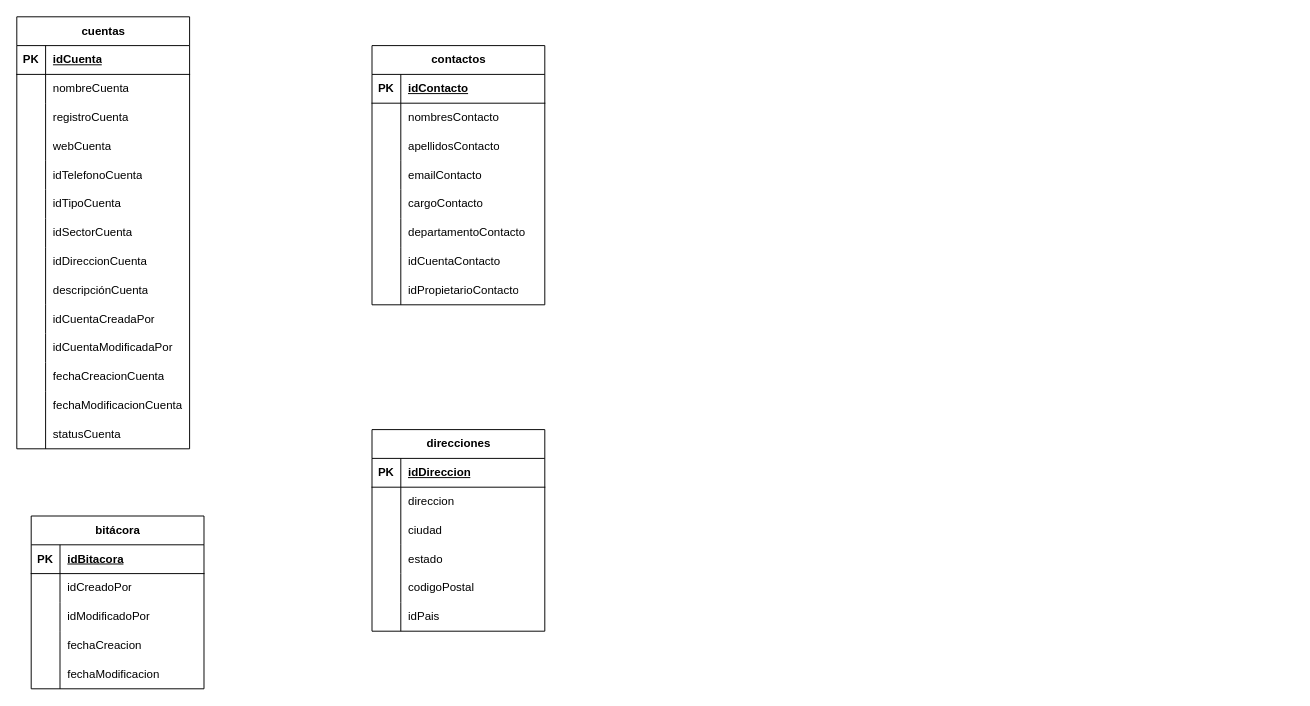
ocpdata/BDPeople keeps this draw.io diagram as bd people.drawio. Above is the earlier version. Source tidied: cells renumbered, new cells numbered last; positions are measured from the earlier drawing's top-left corner, leaving out a move shared by most shapes. Both pictures are drawn from the tidied source at 96%, with x=0, y=0 at pixel (16, 16).
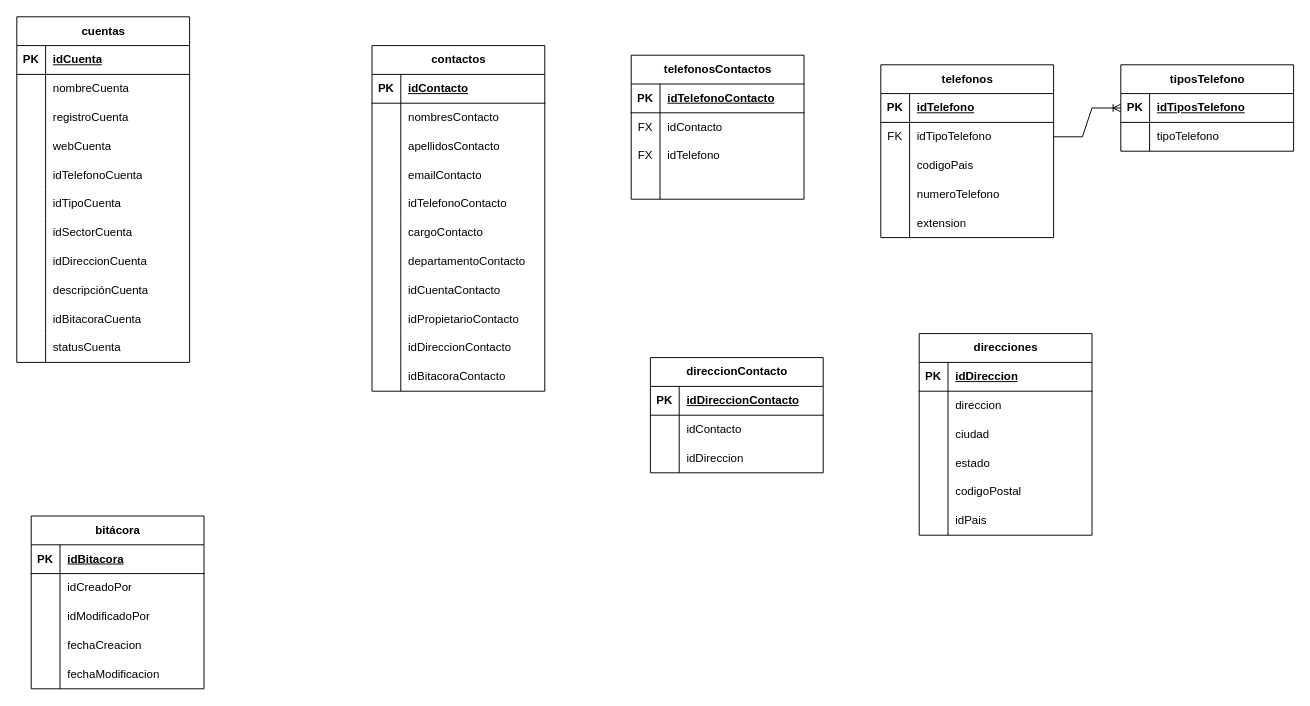
After the change.

The change refers to these unchanged cells:
```xml
<mxCell id="30" style="shape=tableRow;horizontal=0;startSize=0;swimlaneHead=0;swimlaneBody=0;fillColor=none;top=0;left=0;right=0;bottom=0;" parent="2" vertex="1">
  <mxGeometry y="300" width="180" height="30" as="geometry" />
</mxCell>
```

Diff of the diagram source:
```diff
@@
     <mxCell id="2" value="cuentas" style="shape=table;startSize=30;childLayout=tableLayout;rowLines=0;fontStyle=1;align=center;html=1;" parent="1" vertex="1">
-      <mxGeometry width="180" height="450" as="geometry" />
+      <mxGeometry width="180" height="360" as="geometry" />
     </mxCell>
@@
-    <mxCell id="32" value="idCuentaCreadaPor" style="shape=partialRectangle;fillColor=none;top=0;left=0;bottom=0;right=0;align=left;spacingLeft=6;overflow=hidden;whiteSpace=wrap;html=1;" parent="30" vertex="1">
+    <mxCell id="32" value="idBitacoraCuenta" style="shape=partialRectangle;fillColor=none;top=0;left=0;bottom=0;right=0;align=left;spacingLeft=6;overflow=hidden;whiteSpace=wrap;html=1;" parent="30" vertex="1">
       <mxGeometry x="30" width="150" height="30" as="geometry" />
     </mxCell>
-    <mxCell id="33" style="shape=tableRow;horizontal=0;startSize=0;swimlaneHead=0;swimlaneBody=0;fillColor=none;top=0;left=0;right=0;bottom=0;" parent="2" vertex="1">
-      <mxGeometry y="330" width="180" height="30" as="geometry" />
-    </mxCell>
-    <mxCell id="34" style="shape=partialRectangle;fillColor=none;top=0;left=0;bottom=0;right=0;overflow=hidden;whiteSpace=wrap;html=1;" parent="33" vertex="1">
-      <mxGeometry width="30" height="30" as="geometry" />
-    </mxCell>
-    <mxCell id="35" value="idCuentaModificadaPor" style="shape=partialRectangle;fillColor=none;top=0;left=0;bottom=0;right=0;align=left;spacingLeft=6;overflow=hidden;whiteSpace=wrap;html=1;" parent="33" vertex="1">
-      <mxGeometry x="30" width="150" height="30" as="geometry" />
-    </mxCell>
-    <mxCell id="36" style="shape=tableRow;horizontal=0;startSize=0;swimlaneHead=0;swimlaneBody=0;fillColor=none;top=0;left=0;right=0;bottom=0;" parent="2" vertex="1">
-      <mxGeometry y="360" width="180" height="30" as="geometry" />
-    </mxCell>
-    <mxCell id="37" style="shape=partialRectangle;fillColor=none;top=0;left=0;bottom=0;right=0;overflow=hidden;whiteSpace=wrap;html=1;" parent="36" vertex="1">
-      <mxGeometry width="30" height="30" as="geometry" />
-    </mxCell>
-    <mxCell id="38" value="fechaCreacionCuenta" style="shape=partialRectangle;fillColor=none;top=0;left=0;bottom=0;right=0;align=left;spacingLeft=6;overflow=hidden;whiteSpace=wrap;html=1;" parent="36" vertex="1">
-      <mxGeometry x="30" width="150" height="30" as="geometry" />
-    </mxCell>
-    <mxCell id="39" style="shape=tableRow;horizontal=0;startSize=0;swimlaneHead=0;swimlaneBody=0;fillColor=none;top=0;left=0;right=0;bottom=0;" parent="2" vertex="1">
-      <mxGeometry y="390" width="180" height="30" as="geometry" />
-    </mxCell>
-    <mxCell id="40" style="shape=partialRectangle;fillColor=none;top=0;left=0;bottom=0;right=0;overflow=hidden;whiteSpace=wrap;html=1;" parent="39" vertex="1">
-      <mxGeometry width="30" height="30" as="geometry" />
-    </mxCell>
-    <mxCell id="41" value="fechaModificacionCuenta" style="shape=partialRectangle;fillColor=none;top=0;left=0;bottom=0;right=0;align=left;spacingLeft=6;overflow=hidden;whiteSpace=wrap;html=1;" parent="39" vertex="1">
-      <mxGeometry x="30" width="150" height="30" as="geometry" />
-    </mxCell>
     <mxCell id="42" style="shape=tableRow;horizontal=0;startSize=0;swimlaneHead=0;swimlaneBody=0;fillColor=none;top=0;left=0;right=0;bottom=0;" parent="2" vertex="1">
-      <mxGeometry y="420" width="180" height="30" as="geometry" />
+      <mxGeometry y="330" width="180" height="30" as="geometry" />
     </mxCell>
@@
     <mxCell id="45" value="contactos" style="shape=table;startSize=30;childLayout=tableLayout;rowLines=0;fontStyle=1;align=center;html=1;" parent="1" vertex="1">
-      <mxGeometry x="370" y="30" width="180" height="270" as="geometry" />
+      <mxGeometry x="370" y="30" width="180" height="360" as="geometry" />
     </mxCell>
@@
+    <mxCell id="105" style="shape=tableRow;horizontal=0;startSize=0;swimlaneHead=0;swimlaneBody=0;fillColor=none;top=0;left=0;right=0;bottom=0;" parent="45" vertex="1">
+      <mxGeometry y="150" width="180" height="30" as="geometry" />
+    </mxCell>
+    <mxCell id="106" style="shape=partialRectangle;fillColor=none;top=0;left=0;bottom=0;right=0;overflow=hidden;whiteSpace=wrap;html=1;" parent="105" vertex="1">
+      <mxGeometry width="30" height="30" as="geometry" />
+    </mxCell>
+    <mxCell id="107" value="idTelefonoContacto" style="shape=partialRectangle;fillColor=none;top=0;left=0;bottom=0;right=0;align=left;spacingLeft=6;overflow=hidden;whiteSpace=wrap;html=1;" parent="105" vertex="1">
+      <mxGeometry x="30" width="150" height="30" as="geometry" />
+    </mxCell>
     <mxCell id="58" style="shape=tableRow;horizontal=0;startSize=0;swimlaneHead=0;swimlaneBody=0;fillColor=none;top=0;left=0;right=0;bottom=0;" parent="45" vertex="1">
-      <mxGeometry y="150" width="180" height="30" as="geometry" />
+      <mxGeometry y="180" width="180" height="30" as="geometry" />
     </mxCell>
@@
     <mxCell id="61" style="shape=tableRow;horizontal=0;startSize=0;swimlaneHead=0;swimlaneBody=0;fillColor=none;top=0;left=0;right=0;bottom=0;" parent="45" vertex="1">
-      <mxGeometry y="180" width="180" height="30" as="geometry" />
+      <mxGeometry y="210" width="180" height="30" as="geometry" />
     </mxCell>
@@
     <mxCell id="64" style="shape=tableRow;horizontal=0;startSize=0;swimlaneHead=0;swimlaneBody=0;fillColor=none;top=0;left=0;right=0;bottom=0;" parent="45" vertex="1">
-      <mxGeometry y="210" width="180" height="30" as="geometry" />
+      <mxGeometry y="240" width="180" height="30" as="geometry" />
     </mxCell>
@@
     <mxCell id="67" style="shape=tableRow;horizontal=0;startSize=0;swimlaneHead=0;swimlaneBody=0;fillColor=none;top=0;left=0;right=0;bottom=0;" parent="45" vertex="1">
-      <mxGeometry y="240" width="180" height="30" as="geometry" />
+      <mxGeometry y="270" width="180" height="30" as="geometry" />
     </mxCell>
@@
+    <mxCell id="108" style="shape=tableRow;horizontal=0;startSize=0;swimlaneHead=0;swimlaneBody=0;fillColor=none;top=0;left=0;right=0;bottom=0;" parent="45" vertex="1">
+      <mxGeometry y="300" width="180" height="30" as="geometry" />
+    </mxCell>
+    <mxCell id="109" style="shape=partialRectangle;fillColor=none;top=0;left=0;bottom=0;right=0;overflow=hidden;whiteSpace=wrap;html=1;" parent="108" vertex="1">
+      <mxGeometry width="30" height="30" as="geometry" />
+    </mxCell>
+    <mxCell id="110" value="idDireccionContacto" style="shape=partialRectangle;fillColor=none;top=0;left=0;bottom=0;right=0;align=left;spacingLeft=6;overflow=hidden;whiteSpace=wrap;html=1;" parent="108" vertex="1">
+      <mxGeometry x="30" width="150" height="30" as="geometry" />
+    </mxCell>
+    <mxCell id="33" style="shape=tableRow;horizontal=0;startSize=0;swimlaneHead=0;swimlaneBody=0;fillColor=none;top=0;left=0;right=0;bottom=0;" parent="45" vertex="1">
+      <mxGeometry y="330" width="180" height="30" as="geometry" />
+    </mxCell>
+    <mxCell id="111" style="shape=partialRectangle;fillColor=none;top=0;left=0;bottom=0;right=0;overflow=hidden;whiteSpace=wrap;html=1;" parent="33" vertex="1">
+      <mxGeometry width="30" height="30" as="geometry" />
+    </mxCell>
+    <mxCell id="112" value="idBitacoraContacto" style="shape=partialRectangle;fillColor=none;top=0;left=0;bottom=0;right=0;align=left;spacingLeft=6;overflow=hidden;whiteSpace=wrap;html=1;" parent="33" vertex="1">
+      <mxGeometry x="30" width="150" height="30" as="geometry" />
+    </mxCell>
     <mxCell id="70" value="direcciones" style="shape=table;startSize=30;childLayout=tableLayout;rowLines=0;fontStyle=1;align=center;html=1;" parent="1" vertex="1">
-      <mxGeometry x="370" y="430" width="180" height="210" as="geometry" />
+      <mxGeometry x="940" y="330" width="180" height="210" as="geometry" />
     </mxCell>
@@
+    <mxCell id="113" value="telefonos" style="shape=table;startSize=30;childLayout=tableLayout;rowLines=0;fontStyle=1;align=center;html=1;" parent="1" vertex="1">
+      <mxGeometry x="900" y="50" width="180" height="180" as="geometry" />
+    </mxCell>
+    <mxCell id="114" style="shape=tableRow;horizontal=0;startSize=0;swimlaneHead=0;swimlaneBody=0;fillColor=none;top=0;left=0;right=0;bottom=1;" parent="113" vertex="1">
+      <mxGeometry y="30" width="180" height="30" as="geometry" />
+    </mxCell>
+    <mxCell id="115" value="PK" style="shape=partialRectangle;fillColor=none;top=0;left=0;bottom=0;right=0;fontStyle=1;overflow=hidden;whiteSpace=wrap;html=1;" parent="114" vertex="1">
+      <mxGeometry width="30" height="30" as="geometry" />
+    </mxCell>
+    <mxCell id="116" value="idTelefono" style="shape=partialRectangle;fillColor=none;top=0;left=0;bottom=0;right=0;align=left;spacingLeft=6;fontStyle=5;overflow=hidden;whiteSpace=wrap;html=1;" parent="114" vertex="1">
+      <mxGeometry x="30" width="150" height="30" as="geometry" />
+    </mxCell>
+    <mxCell id="117" style="shape=tableRow;horizontal=0;startSize=0;swimlaneHead=0;swimlaneBody=0;fillColor=none;points=[[0,0.5],[1,0.5]];portConstraint=eastwest;top=0;left=0;right=0;bottom=0;" parent="113" vertex="1">
+      <mxGeometry y="60" width="180" height="30" as="geometry" />
+    </mxCell>
+    <mxCell id="118" value="FK" style="shape=partialRectangle;fillColor=none;top=0;left=0;bottom=0;right=0;overflow=hidden;whiteSpace=wrap;html=1;" parent="117" vertex="1">
+      <mxGeometry width="30" height="30" as="geometry" />
+    </mxCell>
+    <mxCell id="119" value="idTipoTelefono" style="shape=partialRectangle;fillColor=none;top=0;left=0;bottom=0;right=0;align=left;spacingLeft=6;overflow=hidden;whiteSpace=wrap;html=1;" parent="117" vertex="1">
+      <mxGeometry x="30" width="150" height="30" as="geometry" />
+    </mxCell>
+    <mxCell id="120" style="shape=tableRow;horizontal=0;startSize=0;swimlaneHead=0;swimlaneBody=0;fillColor=none;top=0;left=0;right=0;bottom=0;" parent="113" vertex="1">
+      <mxGeometry y="90" width="180" height="30" as="geometry" />
+    </mxCell>
+    <mxCell id="121" style="shape=partialRectangle;fillColor=none;top=0;left=0;bottom=0;right=0;overflow=hidden;whiteSpace=wrap;html=1;" parent="120" vertex="1">
+      <mxGeometry width="30" height="30" as="geometry" />
+    </mxCell>
+    <mxCell id="122" value="codigoPais" style="shape=partialRectangle;fillColor=none;top=0;left=0;bottom=0;right=0;align=left;spacingLeft=6;overflow=hidden;whiteSpace=wrap;html=1;" parent="120" vertex="1">
+      <mxGeometry x="30" width="150" height="30" as="geometry" />
+    </mxCell>
+    <mxCell id="123" style="shape=tableRow;horizontal=0;startSize=0;swimlaneHead=0;swimlaneBody=0;fillColor=none;top=0;left=0;right=0;bottom=0;" parent="113" vertex="1">
+      <mxGeometry y="120" width="180" height="30" as="geometry" />
+    </mxCell>
+    <mxCell id="124" style="shape=partialRectangle;fillColor=none;top=0;left=0;bottom=0;right=0;overflow=hidden;whiteSpace=wrap;html=1;" parent="123" vertex="1">
+      <mxGeometry width="30" height="30" as="geometry" />
+    </mxCell>
+    <mxCell id="125" value="numeroTelefono" style="shape=partialRectangle;fillColor=none;top=0;left=0;bottom=0;right=0;align=left;spacingLeft=6;overflow=hidden;whiteSpace=wrap;html=1;" parent="123" vertex="1">
+      <mxGeometry x="30" width="150" height="30" as="geometry" />
+    </mxCell>
+    <mxCell id="126" style="shape=tableRow;horizontal=0;startSize=0;swimlaneHead=0;swimlaneBody=0;fillColor=none;top=0;left=0;right=0;bottom=0;" parent="113" vertex="1">
+      <mxGeometry y="150" width="180" height="30" as="geometry" />
+    </mxCell>
+    <mxCell id="127" style="shape=partialRectangle;fillColor=none;top=0;left=0;bottom=0;right=0;overflow=hidden;whiteSpace=wrap;html=1;" parent="126" vertex="1">
+      <mxGeometry width="30" height="30" as="geometry" />
+    </mxCell>
+    <mxCell id="128" value="extension" style="shape=partialRectangle;fillColor=none;top=0;left=0;bottom=0;right=0;align=left;spacingLeft=6;overflow=hidden;whiteSpace=wrap;html=1;" parent="126" vertex="1">
+      <mxGeometry x="30" width="150" height="30" as="geometry" />
+    </mxCell>
+    <mxCell id="129" value="tiposTelefono" style="shape=table;startSize=30;childLayout=tableLayout;rowLines=0;fontStyle=1;align=center;html=1;" parent="1" vertex="1">
+      <mxGeometry x="1150" y="50" width="180" height="90" as="geometry" />
+    </mxCell>
+    <mxCell id="130" style="shape=tableRow;horizontal=0;startSize=0;swimlaneHead=0;swimlaneBody=0;fillColor=none;points=[[0,0.5],[1,0.5]];portConstraint=eastwest;top=0;left=0;right=0;bottom=1;" parent="129" vertex="1">
+      <mxGeometry y="30" width="180" height="30" as="geometry" />
+    </mxCell>
+    <mxCell id="131" value="PK" style="shape=partialRectangle;fillColor=none;top=0;left=0;bottom=0;right=0;fontStyle=1;overflow=hidden;whiteSpace=wrap;html=1;" parent="130" vertex="1">
+      <mxGeometry width="30" height="30" as="geometry" />
+    </mxCell>
+    <mxCell id="132" value="idTiposTelefono" style="shape=partialRectangle;fillColor=none;top=0;left=0;bottom=0;right=0;align=left;spacingLeft=6;fontStyle=5;overflow=hidden;whiteSpace=wrap;html=1;" parent="130" vertex="1">
+      <mxGeometry x="30" width="150" height="30" as="geometry" />
+    </mxCell>
+    <mxCell id="133" style="shape=tableRow;horizontal=0;startSize=0;swimlaneHead=0;swimlaneBody=0;fillColor=none;top=0;left=0;right=0;bottom=0;" parent="129" vertex="1">
+      <mxGeometry y="60" width="180" height="30" as="geometry" />
+    </mxCell>
+    <mxCell id="134" style="shape=partialRectangle;fillColor=none;top=0;left=0;bottom=0;right=0;overflow=hidden;whiteSpace=wrap;html=1;" parent="133" vertex="1">
+      <mxGeometry width="30" height="30" as="geometry" />
+    </mxCell>
+    <mxCell id="135" value="tipoTelefono" style="shape=partialRectangle;fillColor=none;top=0;left=0;bottom=0;right=0;align=left;spacingLeft=6;overflow=hidden;whiteSpace=wrap;html=1;" parent="133" vertex="1">
+      <mxGeometry x="30" width="150" height="30" as="geometry" />
+    </mxCell>
+    <mxCell id="136" style="edgeStyle=entityRelationEdgeStyle;fontSize=12;html=1;endArrow=ERoneToMany;rounded=0;exitX=1;exitY=0.5;exitDx=0;exitDy=0;entryX=0;entryY=0.5;entryDx=0;entryDy=0;" parent="1" edge="1" source="117" target="130">
+      <mxGeometry relative="1" as="geometry" />
+    </mxCell>
+    <mxCell id="137" value="direccionContacto" style="shape=table;startSize=30;childLayout=tableLayout;rowLines=0;fontStyle=1;align=center;html=1;" parent="1" vertex="1">
+      <mxGeometry x="660" y="355" width="180" height="120" as="geometry" />
+    </mxCell>
+    <mxCell id="138" style="shape=tableRow;horizontal=0;startSize=0;swimlaneHead=0;swimlaneBody=0;fillColor=none;top=0;left=0;right=0;bottom=1;" parent="137" vertex="1">
+      <mxGeometry y="30" width="180" height="30" as="geometry" />
+    </mxCell>
+    <mxCell id="139" value="PK" style="shape=partialRectangle;fillColor=none;top=0;left=0;bottom=0;right=0;fontStyle=1;overflow=hidden;whiteSpace=wrap;html=1;" parent="138" vertex="1">
+      <mxGeometry width="30" height="30" as="geometry" />
+    </mxCell>
+    <mxCell id="140" value="idDireccionContacto" style="shape=partialRectangle;fillColor=none;top=0;left=0;bottom=0;right=0;align=left;spacingLeft=6;fontStyle=5;overflow=hidden;whiteSpace=wrap;html=1;" parent="138" vertex="1">
+      <mxGeometry x="30" width="150" height="30" as="geometry" />
+    </mxCell>
+    <mxCell id="141" style="shape=tableRow;horizontal=0;startSize=0;swimlaneHead=0;swimlaneBody=0;fillColor=none;top=0;left=0;right=0;bottom=0;" parent="137" vertex="1">
+      <mxGeometry y="60" width="180" height="30" as="geometry" />
+    </mxCell>
+    <mxCell id="142" style="shape=partialRectangle;fillColor=none;top=0;left=0;bottom=0;right=0;overflow=hidden;whiteSpace=wrap;html=1;" parent="141" vertex="1">
+      <mxGeometry width="30" height="30" as="geometry" />
+    </mxCell>
+    <mxCell id="143" value="idContacto" style="shape=partialRectangle;fillColor=none;top=0;left=0;bottom=0;right=0;align=left;spacingLeft=6;overflow=hidden;whiteSpace=wrap;html=1;" parent="141" vertex="1">
+      <mxGeometry x="30" width="150" height="30" as="geometry" />
+    </mxCell>
+    <mxCell id="144" style="shape=tableRow;horizontal=0;startSize=0;swimlaneHead=0;swimlaneBody=0;fillColor=none;top=0;left=0;right=0;bottom=0;" parent="137" vertex="1">
+      <mxGeometry y="90" width="180" height="30" as="geometry" />
+    </mxCell>
+    <mxCell id="145" style="shape=partialRectangle;fillColor=none;top=0;left=0;bottom=0;right=0;overflow=hidden;whiteSpace=wrap;html=1;" parent="144" vertex="1">
+      <mxGeometry width="30" height="30" as="geometry" />
+    </mxCell>
+    <mxCell id="146" value="idDireccion" style="shape=partialRectangle;fillColor=none;top=0;left=0;bottom=0;right=0;align=left;spacingLeft=6;overflow=hidden;whiteSpace=wrap;html=1;" parent="144" vertex="1">
+      <mxGeometry x="30" width="150" height="30" as="geometry" />
+    </mxCell>
+    <mxCell id="147" value="telefonosContactos" style="shape=table;startSize=30;childLayout=tableLayout;rowLines=0;fontStyle=1;align=center;html=1;" parent="1" vertex="1">
+      <mxGeometry x="640" y="40" width="180" height="150" as="geometry" />
+    </mxCell>
+    <mxCell id="148" style="shape=tableRow;horizontal=0;startSize=0;swimlaneHead=0;swimlaneBody=0;fillColor=none;top=0;left=0;right=0;bottom=1;" parent="147" vertex="1">
+      <mxGeometry y="30" width="180" height="30" as="geometry" />
+    </mxCell>
+    <mxCell id="149" value="PK" style="shape=partialRectangle;fillColor=none;top=0;left=0;bottom=0;right=0;fontStyle=1;overflow=hidden;whiteSpace=wrap;html=1;" parent="148" vertex="1">
+      <mxGeometry width="30" height="30" as="geometry" />
+    </mxCell>
+    <mxCell id="150" value="idTelefonoContacto" style="shape=partialRectangle;fillColor=none;top=0;left=0;bottom=0;right=0;align=left;spacingLeft=6;fontStyle=5;overflow=hidden;whiteSpace=wrap;html=1;" parent="148" vertex="1">
+      <mxGeometry x="30" width="150" height="30" as="geometry" />
+    </mxCell>
+    <mxCell id="151" style="shape=tableRow;horizontal=0;startSize=0;swimlaneHead=0;swimlaneBody=0;fillColor=none;top=0;left=0;right=0;bottom=0;" parent="147" vertex="1">
+      <mxGeometry y="60" width="180" height="30" as="geometry" />
+    </mxCell>
+    <mxCell id="152" value="FX" style="shape=partialRectangle;fillColor=none;top=0;left=0;bottom=0;right=0;overflow=hidden;whiteSpace=wrap;html=1;" parent="151" vertex="1">
+      <mxGeometry width="30" height="30" as="geometry" />
+    </mxCell>
+    <mxCell id="153" value="idContacto" style="shape=partialRectangle;fillColor=none;top=0;left=0;bottom=0;right=0;align=left;spacingLeft=6;overflow=hidden;whiteSpace=wrap;html=1;" parent="151" vertex="1">
+      <mxGeometry x="30" width="150" height="30" as="geometry" />
+    </mxCell>
+    <mxCell id="154" style="shape=tableRow;horizontal=0;startSize=0;swimlaneHead=0;swimlaneBody=0;fillColor=none;top=0;left=0;right=0;bottom=0;" parent="147" vertex="1">
+      <mxGeometry y="90" width="180" height="30" as="geometry" />
+    </mxCell>
+    <mxCell id="155" value="FX" style="shape=partialRectangle;fillColor=none;top=0;left=0;bottom=0;right=0;overflow=hidden;whiteSpace=wrap;html=1;" parent="154" vertex="1">
+      <mxGeometry width="30" height="30" as="geometry" />
+    </mxCell>
+    <mxCell id="156" value="idTelefono" style="shape=partialRectangle;fillColor=none;top=0;left=0;bottom=0;right=0;align=left;spacingLeft=6;overflow=hidden;whiteSpace=wrap;html=1;" parent="154" vertex="1">
+      <mxGeometry x="30" width="150" height="30" as="geometry" />
+    </mxCell>
+    <mxCell id="157" style="shape=tableRow;horizontal=0;startSize=0;swimlaneHead=0;swimlaneBody=0;fillColor=none;top=0;left=0;right=0;bottom=0;" parent="147" vertex="1">
+      <mxGeometry y="120" width="180" height="30" as="geometry" />
+    </mxCell>
+    <mxCell id="158" style="shape=partialRectangle;fillColor=none;top=0;left=0;bottom=0;right=0;overflow=hidden;whiteSpace=wrap;html=1;" parent="157" vertex="1">
+      <mxGeometry width="30" height="30" as="geometry" />
+    </mxCell>
+    <mxCell id="159" style="shape=partialRectangle;fillColor=none;top=0;left=0;bottom=0;right=0;align=left;spacingLeft=6;overflow=hidden;whiteSpace=wrap;html=1;" parent="157" vertex="1">
+      <mxGeometry x="30" width="150" height="30" as="geometry" />
+    </mxCell>
```
